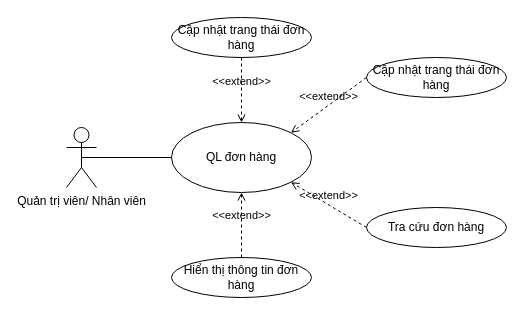
Earlier version of the draw.io diagram UC/UC_QUANLYDONHANG.drawio (hieuNV0871/da). Source tidied: cells renumbered, new cells numbered last; positions are measured from the earlier drawing's top-left corner, leaving out a move shared by most shapes. Both pictures are drawn from the tidied source at 100%, with x=0, y=0 at pixel (66, 17).
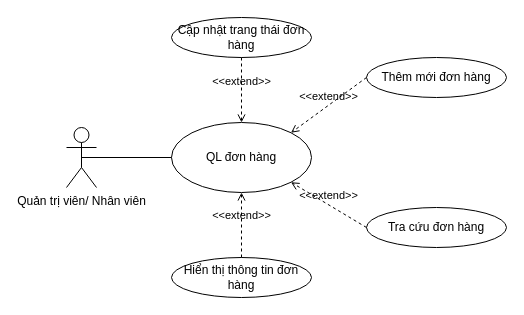
The same page after the edit.

Diff of the diagram source:
```diff
@@
 <mxGraphModel>
   <root>
     <mxCell id="0" />
     <mxCell id="1" parent="0" />
     <mxCell id="2" value="Quản trị viên/ Nhân viên" style="shape=umlActor;verticalLabelPosition=bottom;verticalAlign=top;html=1;" parent="1" vertex="1">
       <mxGeometry y="110" width="30" height="60" as="geometry" />
     </mxCell>
     <mxCell id="3" value="QL đơn hàng" style="ellipse;whiteSpace=wrap;html=1;" parent="1" vertex="1">
       <mxGeometry x="105" y="105" width="140" height="70" as="geometry" />
     </mxCell>
     <mxCell id="4" value="Cập nhật trang thái đơn hàng" style="ellipse;whiteSpace=wrap;html=1;" parent="1" vertex="1">
       <mxGeometry x="105" width="140" height="40" as="geometry" />
     </mxCell>
     <mxCell id="5" value="&amp;lt;&amp;lt;extend&amp;gt;&amp;gt;" style="html=1;verticalAlign=bottom;labelBackgroundColor=none;endArrow=open;endFill=0;dashed=1;rounded=0;entryX=0.5;entryY=0;entryDx=0;entryDy=0;exitX=0.5;exitY=1;exitDx=0;exitDy=0;" parent="1" edge="1" source="4" target="3">
       <mxGeometry relative="1" as="geometry" />
     </mxCell>
     <mxCell id="6" style="endArrow=none;html=1;rounded=0;exitX=0.5;exitY=0.5;exitDx=0;exitDy=0;exitPerimeter=0;entryX=0;entryY=0.5;entryDx=0;entryDy=0;" parent="1" edge="1" source="2" target="3">
       <mxGeometry relative="1" as="geometry" />
     </mxCell>
     <mxCell id="7" value="Hiển thị thông tin đơn hàng" style="ellipse;whiteSpace=wrap;html=1;" parent="1" vertex="1">
       <mxGeometry x="105" y="240" width="140" height="40" as="geometry" />
     </mxCell>
     <mxCell id="8" value="&amp;lt;&amp;lt;extend&amp;gt;&amp;gt;" style="html=1;verticalAlign=bottom;labelBackgroundColor=none;endArrow=open;endFill=0;dashed=1;rounded=0;entryX=0.5;entryY=1;entryDx=0;entryDy=0;exitX=0.5;exitY=0;exitDx=0;exitDy=0;" parent="1" edge="1" source="7" target="3">
       <mxGeometry relative="1" as="geometry" />
     </mxCell>
     <mxCell id="9" value="Tra cứu đơn hàng" style="ellipse;whiteSpace=wrap;html=1;" parent="1" vertex="1">
       <mxGeometry x="300" y="190" width="140" height="40" as="geometry" />
     </mxCell>
     <mxCell id="10" value="&amp;lt;&amp;lt;extend&amp;gt;&amp;gt;" style="html=1;verticalAlign=bottom;labelBackgroundColor=none;endArrow=open;endFill=0;dashed=1;rounded=0;entryX=1;entryY=1;entryDx=0;entryDy=0;exitX=0;exitY=0.5;exitDx=0;exitDy=0;" parent="1" edge="1" source="9" target="3">
       <mxGeometry relative="1" as="geometry" />
     </mxCell>
-    <mxCell id="11" value="Cập nhật trang thái đơn hàng" style="ellipse;whiteSpace=wrap;html=1;" parent="1" vertex="1">
+    <mxCell id="11" value="Thêm mới đơn hàng" style="ellipse;whiteSpace=wrap;html=1;" parent="1" vertex="1">
       <mxGeometry x="300" y="40" width="140" height="40" as="geometry" />
     </mxCell>
     <mxCell id="12" value="&amp;lt;&amp;lt;extend&amp;gt;&amp;gt;" style="html=1;verticalAlign=bottom;labelBackgroundColor=none;endArrow=open;endFill=0;dashed=1;rounded=0;entryX=1;entryY=0;entryDx=0;entryDy=0;exitX=0;exitY=0.5;exitDx=0;exitDy=0;" parent="1" edge="1" source="11" target="3">
       <mxGeometry relative="1" as="geometry" />
     </mxCell>
   </root>
 </mxGraphModel>
```
